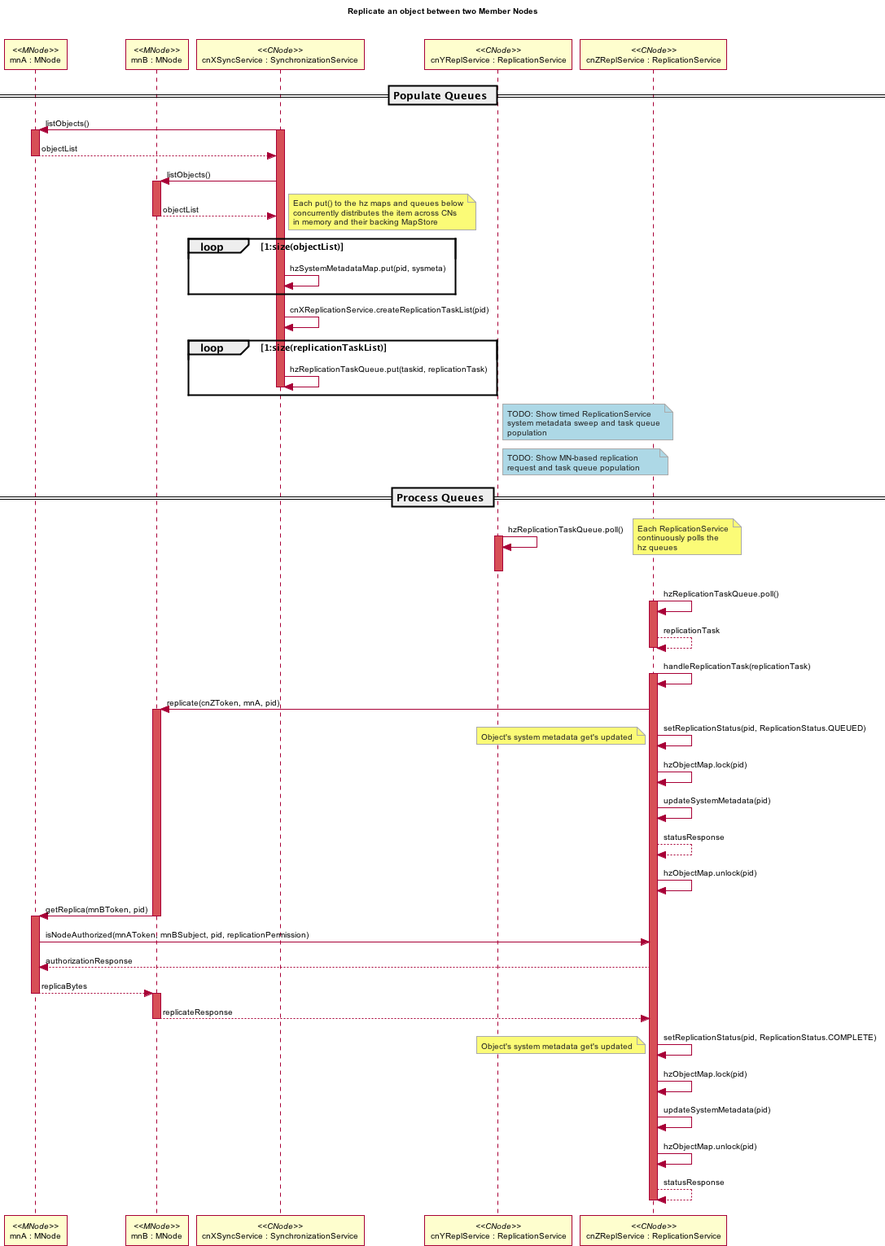
datadavev/DataONE_architecture keeps this PlantUML diagram as source/design/images/repl_01.png. Above is the earlier version. Source of this version:
```plantuml
@startuml images/repl_01.png
skinparam activityFontColor black
skinparam activityFontSize 10
skinparam activityFontName arial
skinparam activityArrowFontColor black
skinparam activityArrowFontSize 10
skinparam activityArrowFontName arial
skinparam classArrowFontColor black
skinparam classArrowFontSize 10
skinparam classArrowFontName arial
skinparam classAttributeFontColor black
skinparam classAttributeFontSize 10
skinparam classAttributeFontName arial
skinparam classFontColor black
skinparam classFontSize 10
skinparam classFontName arial
skinparam componentFontColor black
skinparam componentFontSize 10
skinparam componentFontName arial
skinparam componentArrowFontColor black
skinparam componentArrowFontSize 10
skinparam componentArrowFontName arial
skinparam noteFontColor black
skinparam noteFontSize 10
skinparam noteFontName arial
skinparam packageFontColor black
skinparam packageFontSize 10
skinparam packageFontName arial
skinparam sequenceActorFontColor black
skinparam sequenceActorFontSize 10
skinparam sequenceActorFontName arial
skinparam sequenceArrowFontColor black
skinparam sequenceArrowFontSize 10
skinparam sequenceArrowFontName arial
skinparam sequenceGroupingFontColor black
skinparam sequenceGroupingFontSize 10
skinparam sequenceGroupingFontName arial
skinparam sequenceGroupingHeaderFontColor black
skinparam sequenceGroupingHeaderFontSize 10
skinparam sequenceGroupingHeaderFontName arial
skinparam sequenceParticipantFontColor black
skinparam sequenceParticipantFontSize 10
skinparam sequenceParticipantFontName arial
skinparam sequenceTitleFontColor black
skinparam sequenceTitleFontSize 10
skinparam sequenceTitleFontName arial
skinparam titleFontColor black
skinparam titleFontSize 10
skinparam titleFontName arial
skinparam usecaseFontColor black
skinparam usecaseFontSize 7
skinparam usecaseFontName arial
skinparam usecaseActorFontColor black
skinparam usecaseActorFontSize 7
skinparam usecaseActorFontName arial
skinparam usecaseArrowFontColor black
skinparam usecaseArrowFontSize 7
skinparam usecaseArrowFontName arial
skinparam notebordercolor #AAAAAA
skinparam notefontcolor #222222
title Replicate an object between two Member Nodes\n\n
participant "mnA : MNode" as mnA <<MNode>>
participant "mnB : MNode" as mnB <<MNode>>
participant "cnXSyncService : SynchronizationService" as cnX <<CNode>>
participant "cnYReplService : ReplicationService" as cnY <<CNode>>
participant "cnZReplService : ReplicationService" as cnZ <<CNode>>

== Populate Queues ==
cnX -> mnA: listObjects()
activate cnX #D74F57
activate mnA #D74F57
mnA --> cnX: objectList
deactivate mnA

cnX -> mnB: listObjects()
activate mnB #D74F57
mnB --> cnX: objectList
deactivate mnB
note right
Each put() to the hz maps and queues below
concurrently distributes the item across CNs
in memory and their backing MapStore
end note

loop 1:size(objectList)
cnX -> cnX: hzSystemMetadataMap.put(pid, sysmeta)
end
cnX -> cnX: cnXReplicationService.createReplicationTaskList(pid)
loop 1:size(replicationTaskList)
cnX -> cnX: hzReplicationTaskQueue.put(taskid, replicationTask)
deactivate cnX
end
note right of cnY #lightblue
  TODO: Show timed ReplicationService
  system metadata sweep and task queue
  population
end note

note right of cnY #lightblue
  TODO: Show MN-based replication
  request and task queue population
end note

== Process Queues ==

cnY -> cnY: hzReplicationTaskQueue.poll()
activate cnY #D74F57
deactivate cnY

note right
Each ReplicationService
continuously polls the
hz queues
end note


cnZ -> cnZ: hzReplicationTaskQueue.poll()
activate cnZ #D74F57
cnZ --> cnZ: replicationTask
deactivate cnZ

cnZ -> cnZ: handleReplicationTask(replicationTask)
activate cnZ #D74F57

cnZ -> mnB: replicate(cnZToken, mnA, pid)
activate mnB #D74F57
cnZ -> cnZ: setReplicationStatus(pid, ReplicationStatus.QUEUED)

note left
 Object's system metadata get's updated
end note

cnZ -> cnZ: hzObjectMap.lock(pid)
cnZ -> cnZ: updateSystemMetadata(pid)
cnZ --> cnZ: statusResponse
cnZ -> cnZ: hzObjectMap.unlock(pid)

mnB -> mnA: getReplica(mnBToken, pid)
deactivate mnB
activate mnA #D74F57
mnA -> cnZ: isNodeAuthorized(mnAToken, mnBSubject, pid, replicationPermission)
cnZ --> mnA: authorizationResponse
mnA --> mnB: replicaBytes
deactivate mnA
activate mnB #D74F57
mnB --> cnZ: replicateResponse
deactivate mnB

cnZ -> cnZ: setReplicationStatus(pid, ReplicationStatus.COMPLETE)
note left
Object's system metadata get's updated
end note
cnZ -> cnZ: hzObjectMap.lock(pid)
cnZ -> cnZ: updateSystemMetadata(pid)
cnZ -> cnZ: hzObjectMap.unlock(pid)
cnZ --> cnZ: statusResponse
deactivate cnZ
@enduml
```
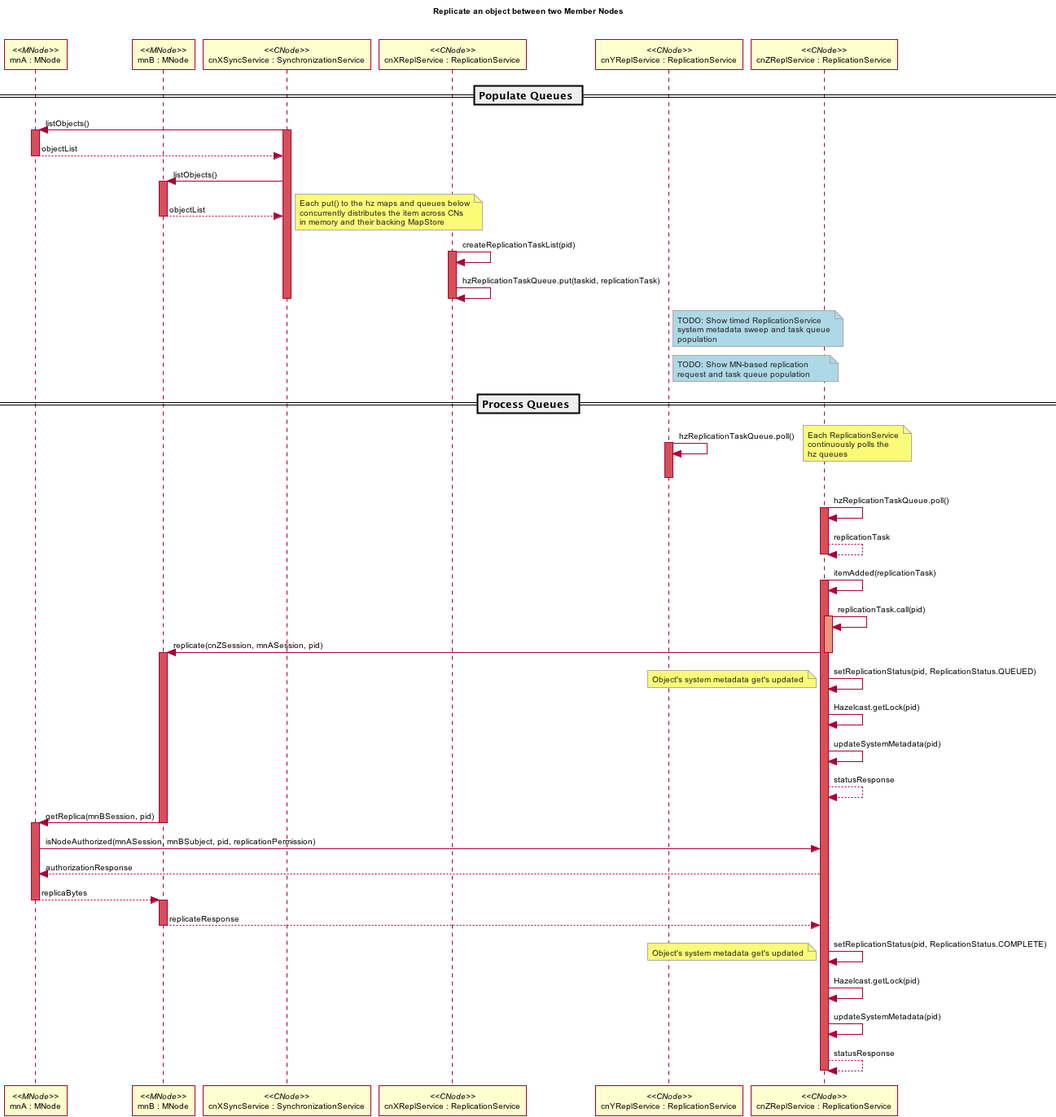
Later version of the same file.

The edit, as a diff of the source:
```diff
@@ -61,20 +61,21 @@
 title Replicate an object between two Member Nodes\n\n
 participant "mnA : MNode" as mnA <<MNode>>
 participant "mnB : MNode" as mnB <<MNode>>
-participant "cnXSyncService : SynchronizationService" as cnX <<CNode>>
+participant "cnXSyncService : SynchronizationService" as cnXsync <<CNode>>
+participant "cnXReplService : ReplicationService" as cnXrepl <<CNode>>
 participant "cnYReplService : ReplicationService" as cnY <<CNode>>
 participant "cnZReplService : ReplicationService" as cnZ <<CNode>>
 
 == Populate Queues ==
-cnX -> mnA: listObjects()
-activate cnX #D74F57
+cnXsync -> mnA: listObjects()
+activate cnXsync #D74F57
 activate mnA #D74F57
-mnA --> cnX: objectList
+mnA --> cnXsync: objectList
 deactivate mnA
 
-cnX -> mnB: listObjects()
+cnXsync -> mnB: listObjects()
 activate mnB #D74F57
-mnB --> cnX: objectList
+mnB --> cnXsync: objectList
 deactivate mnB
 note right
 Each put() to the hz maps and queues below
@@ -82,14 +83,11 @@
 in memory and their backing MapStore
 end note
 
-loop 1:size(objectList)
-cnX -> cnX: hzSystemMetadataMap.put(pid, sysmeta)
-end
-cnX -> cnX: cnXReplicationService.createReplicationTaskList(pid)
-loop 1:size(replicationTaskList)
-cnX -> cnX: hzReplicationTaskQueue.put(taskid, replicationTask)
-deactivate cnX
-end
+cnXrepl -> cnXrepl : createReplicationTaskList(pid)
+activate cnXrepl #D74F57
+cnXrepl -> cnXrepl: hzReplicationTaskQueue.put(taskid, replicationTask)
+deactivate cnXsync
+deactivate cnXrepl
 note right of cnY #lightblue
   TODO: Show timed ReplicationService
   system metadata sweep and task queue
@@ -119,10 +117,13 @@
 cnZ --> cnZ: replicationTask
 deactivate cnZ
 
-cnZ -> cnZ: handleReplicationTask(replicationTask)
+cnZ -> cnZ: itemAdded(replicationTask)
 activate cnZ #D74F57
 
-cnZ -> mnB: replicate(cnZToken, mnA, pid)
+cnZ -> cnZ: replicationTask.call(pid)
+activate cnZ #DarkSalmon
+cnZ -> mnB: replicate(cnZSession, mnASession, pid)
+deactivate cnZ
 activate mnB #D74F57
 cnZ -> cnZ: setReplicationStatus(pid, ReplicationStatus.QUEUED)
 
@@ -130,15 +131,14 @@
  Object's system metadata get's updated
 end note
 
-cnZ -> cnZ: hzObjectMap.lock(pid)
+cnZ -> cnZ: Hazelcast.getLock(pid)
 cnZ -> cnZ: updateSystemMetadata(pid)
 cnZ --> cnZ: statusResponse
-cnZ -> cnZ: hzObjectMap.unlock(pid)
 
-mnB -> mnA: getReplica(mnBToken, pid)
+mnB -> mnA: getReplica(mnBSession, pid)
 deactivate mnB
 activate mnA #D74F57
-mnA -> cnZ: isNodeAuthorized(mnAToken, mnBSubject, pid, replicationPermission)
+mnA -> cnZ: isNodeAuthorized(mnASession, mnBSubject, pid, replicationPermission)
 cnZ --> mnA: authorizationResponse
 mnA --> mnB: replicaBytes
 deactivate mnA
@@ -150,9 +150,8 @@
 note left
 Object's system metadata get's updated
 end note
-cnZ -> cnZ: hzObjectMap.lock(pid)
+cnZ -> cnZ: Hazelcast.getLock(pid)
 cnZ -> cnZ: updateSystemMetadata(pid)
-cnZ -> cnZ: hzObjectMap.unlock(pid)
 cnZ --> cnZ: statusResponse
 deactivate cnZ
 @enduml
```
